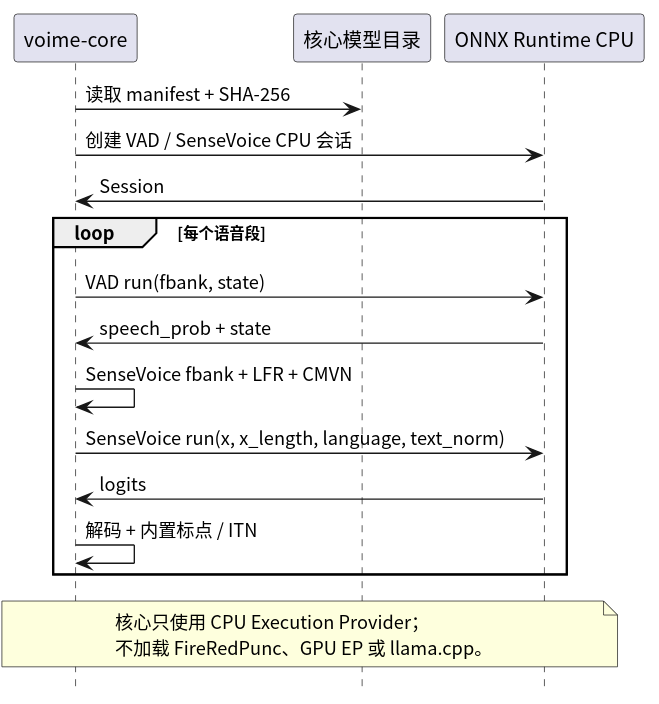
Before: crates/voime-core/diagram/inference-boundary.svg, a diagram exported from PlantUML (54m43lJ/voime).
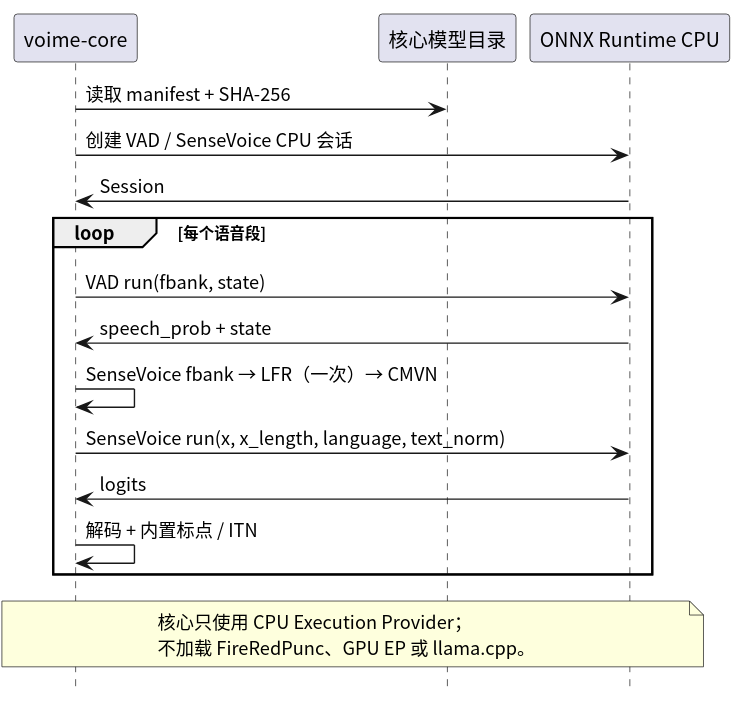
After the commit.

What changed in the source:
```diff
@@ -14,7 +14,7 @@
 loop 每个语音段
   Core -> Ort : VAD run(fbank, state)
   Ort -> Core : speech_prob + state
-  Core -> Core : SenseVoice fbank + LFR + CMVN
+  Core -> Core : SenseVoice fbank → LFR（一次）→ CMVN
   Core -> Ort : SenseVoice run(x, x_length, language, text_norm)
   Ort -> Core : logits
   Core -> Core : 解码 + 内置标点 / ITN
```
